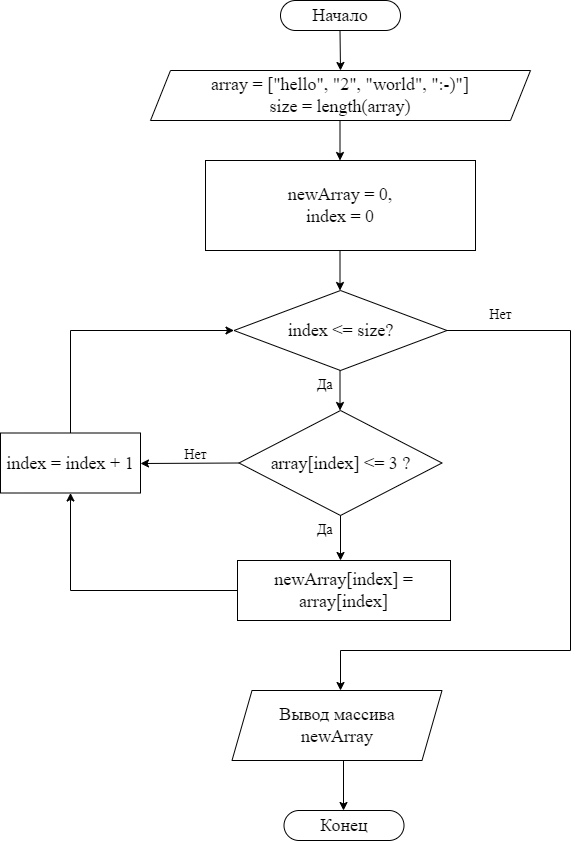
Before: Block-scheme.png, a diagram exported from draw.io (OlgaVZhukova/Control_test). Source tidied: cells renumbered, new cells last; positions are measured from the earlier drawing's top-left corner, leaving out a move shared by most shapes.
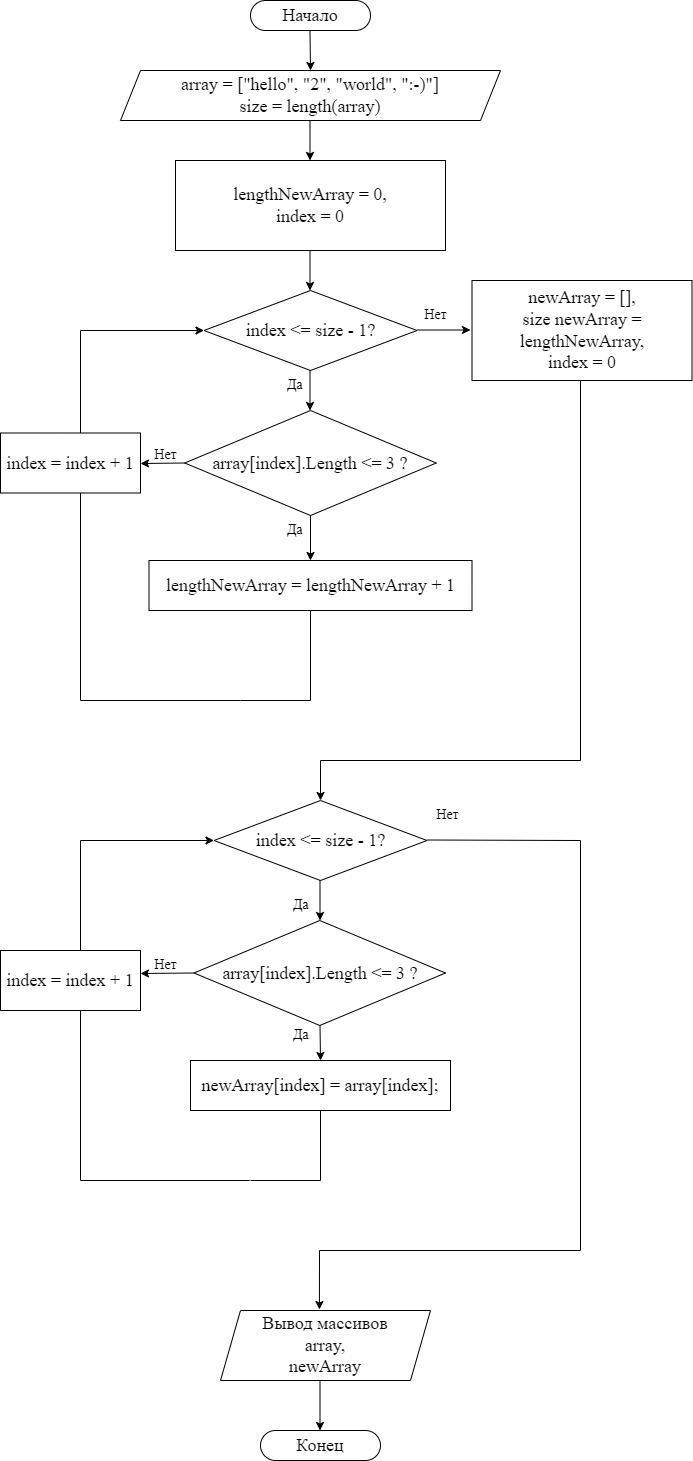
The same diagram one commit later.

Commit message:
Block-scheme updated

Change to the diagram source:
```diff
@@ -1,112 +1,192 @@
 <mxGraphModel>
   <root>
-    <mxCell id="0" />
-    <mxCell id="1" parent="0" />
+    <mxCell id="25" />
+    <mxCell id="26" parent="25" />
-    <mxCell id="2" value="&lt;font face=&quot;Times New Roman&quot; style=&quot;font-size: 18px;&quot;&gt;Начало&lt;/font&gt;" style="rounded=1;whiteSpace=wrap;html=1;arcSize=50;" parent="1" vertex="1">
+    <mxCell id="2" value="&lt;font face=&quot;Times New Roman&quot; style=&quot;font-size: 18px;&quot;&gt;Начало&lt;/font&gt;" style="rounded=1;whiteSpace=wrap;html=1;arcSize=50;" parent="26" vertex="1">
       <mxGeometry x="280" width="120" height="30" as="geometry" />
     </mxCell>
-    <mxCell id="3" value="&lt;font face=&quot;Times New Roman&quot;&gt;&lt;span style=&quot;font-size: 18px;&quot;&gt;Конец&lt;/span&gt;&lt;/font&gt;" style="rounded=1;whiteSpace=wrap;html=1;arcSize=50;fontSize=18;" parent="1" vertex="1">
-      <mxGeometry x="283.5" y="810" width="120" height="30" as="geometry" />
+    <mxCell id="3" value="&lt;font face=&quot;Times New Roman&quot;&gt;&lt;span style=&quot;font-size: 18px;&quot;&gt;Конец&lt;/span&gt;&lt;/font&gt;" style="rounded=1;whiteSpace=wrap;html=1;arcSize=50;fontSize=18;" parent="26" vertex="1">
+      <mxGeometry x="290" y="1430" width="120" height="30" as="geometry" />
     </mxCell>
-    <mxCell id="4" value="&lt;font style=&quot;font-size: 18px;&quot; face=&quot;Times New Roman&quot;&gt;array =&amp;nbsp;&lt;/font&gt;&lt;font face=&quot;Times New Roman&quot;&gt;&lt;span style=&quot;font-size: 18px;&quot;&gt;[&quot;hello&quot;, &quot;2&quot;, &quot;world&quot;, &quot;:-)&quot;]&lt;br&gt;&lt;/span&gt;&lt;/font&gt;&lt;span style=&quot;font-family: &amp;quot;Times New Roman&amp;quot;; font-size: 18px;&quot;&gt;size = length(array)&lt;/span&gt;" style="shape=parallelogram;perimeter=parallelogramPerimeter;whiteSpace=wrap;html=1;fixedSize=1;" parent="1" vertex="1">
+    <mxCell id="4" value="&lt;font style=&quot;font-size: 18px;&quot; face=&quot;Times New Roman&quot;&gt;array =&amp;nbsp;&lt;/font&gt;&lt;font face=&quot;Times New Roman&quot;&gt;&lt;span style=&quot;font-size: 18px;&quot;&gt;[&quot;hello&quot;, &quot;2&quot;, &quot;world&quot;, &quot;:-)&quot;]&lt;br&gt;&lt;/span&gt;&lt;/font&gt;&lt;span style=&quot;font-family: &amp;quot;Times New Roman&amp;quot;; font-size: 18px;&quot;&gt;size = length(array)&lt;/span&gt;" style="shape=parallelogram;perimeter=parallelogramPerimeter;whiteSpace=wrap;html=1;fixedSize=1;" parent="26" vertex="1">
       <mxGeometry x="150" y="70" width="380" height="50" as="geometry" />
     </mxCell>
-    <mxCell id="5" value="newArray = 0,&lt;br&gt;index = 0" style="rounded=0;whiteSpace=wrap;html=1;fontFamily=Times New Roman;fontSize=18;" parent="1" vertex="1">
-      <mxGeometry x="205" y="160" width="270" height="90" as="geometry" />
-    </mxCell>
-    <mxCell id="6" style="endArrow=classic;html=1;rounded=0;fontFamily=Times New Roman;fontSize=18;" parent="1" edge="1">
-      <mxGeometry relative="1" as="geometry">
-        <mxPoint x="339.5" y="120" as="sourcePoint" />
-        <mxPoint x="339.5" y="160" as="targetPoint" />
-      </mxGeometry>
-    </mxCell>
-    <mxCell id="7" style="endArrow=classic;html=1;rounded=0;fontFamily=Times New Roman;fontSize=18;" parent="1" edge="1">
-      <mxGeometry relative="1" as="geometry">
-        <mxPoint x="339.5" y="30" as="sourcePoint" />
-        <mxPoint x="340" y="70" as="targetPoint" />
-      </mxGeometry>
-    </mxCell>
-    <mxCell id="8" value="&lt;font style=&quot;font-size: 18px;&quot; face=&quot;Times New Roman&quot;&gt;index &amp;lt;= size?&lt;/font&gt;" style="rhombus;whiteSpace=wrap;html=1;" parent="1" vertex="1">
-      <mxGeometry x="233.5" y="290" width="213" height="80" as="geometry" />
-    </mxCell>
-    <mxCell id="9" style="endArrow=classic;html=1;rounded=0;fontFamily=Times New Roman;fontSize=18;" parent="1" edge="1">
-      <mxGeometry relative="1" as="geometry">
-        <mxPoint x="339.5" y="250" as="sourcePoint" />
-        <mxPoint x="339.5" y="290" as="targetPoint" />
-      </mxGeometry>
-    </mxCell>
-    <mxCell id="10" value="&lt;font style=&quot;font-size: 18px;&quot; face=&quot;Times New Roman&quot;&gt;array[index] &amp;lt;= 3 ?&lt;/font&gt;" style="rhombus;whiteSpace=wrap;html=1;" parent="1" vertex="1">
-      <mxGeometry x="238.5" y="410" width="203" height="105" as="geometry" />
-    </mxCell>
-    <mxCell id="11" value="&lt;span style=&quot;font-family: &amp;quot;Times New Roman&amp;quot;; font-size: 18px;&quot;&gt;newArray[index] = array[index]&lt;/span&gt;" style="rounded=0;whiteSpace=wrap;html=1;" parent="1" vertex="1">
-      <mxGeometry x="237" y="560" width="213" height="60" as="geometry" />
-    </mxCell>
+    <mxCell id="27" value="lengthNewArray = 0,&lt;br&gt;index = 0" style="rounded=0;whiteSpace=wrap;html=1;fontFamily=Times New Roman;fontSize=18;" parent="26" vertex="1">
+      <mxGeometry x="205" y="160" width="270" height="90" as="geometry" />
+    </mxCell>
+    <mxCell id="28" style="endArrow=classic;html=1;rounded=0;fontFamily=Times New Roman;fontSize=18;" parent="26" edge="1">
+      <mxGeometry relative="1" as="geometry">
+        <mxPoint x="339.5" y="120" as="sourcePoint" />
+        <mxPoint x="339.5" y="160" as="targetPoint" />
+      </mxGeometry>
+    </mxCell>
+    <mxCell id="29" style="endArrow=classic;html=1;rounded=0;fontFamily=Times New Roman;fontSize=18;" parent="26" edge="1">
+      <mxGeometry relative="1" as="geometry">
+        <mxPoint x="339.5" y="30" as="sourcePoint" />
+        <mxPoint x="340" y="70" as="targetPoint" />
+      </mxGeometry>
+    </mxCell>
+    <mxCell id="30" value="&lt;font style=&quot;font-size: 18px;&quot; face=&quot;Times New Roman&quot;&gt;index &amp;lt;= size - 1?&lt;/font&gt;" style="rhombus;whiteSpace=wrap;html=1;" parent="26" vertex="1">
+      <mxGeometry x="233.5" y="290" width="213" height="80" as="geometry" />
+    </mxCell>
+    <mxCell id="31" style="endArrow=classic;html=1;rounded=0;fontFamily=Times New Roman;fontSize=18;" parent="26" edge="1">
+      <mxGeometry relative="1" as="geometry">
+        <mxPoint x="339.5" y="250" as="sourcePoint" />
+        <mxPoint x="339.5" y="290" as="targetPoint" />
+      </mxGeometry>
+    </mxCell>
+    <mxCell id="32" value="&lt;font style=&quot;font-size: 18px;&quot; face=&quot;Times New Roman&quot;&gt;array[index].Length &amp;lt;= 3 ?&lt;/font&gt;" style="rhombus;whiteSpace=wrap;html=1;" parent="26" vertex="1">
+      <mxGeometry x="214.2" y="410" width="251.5" height="105" as="geometry" />
+    </mxCell>
+    <mxCell id="33" value="&lt;span style=&quot;font-family: &amp;quot;Times New Roman&amp;quot;; font-size: 18px;&quot;&gt;lengthNewArray =&amp;nbsp;&lt;/span&gt;&lt;span style=&quot;font-family: &amp;quot;Times New Roman&amp;quot;; font-size: 18px;&quot;&gt;lengthNewArray + 1&lt;/span&gt;" style="rounded=0;whiteSpace=wrap;html=1;" parent="26" vertex="1">
+      <mxGeometry x="178.5" y="560" width="323" height="50" as="geometry" />
+    </mxCell>
-    <mxCell id="12" value="&lt;font style=&quot;font-size: 14px;&quot; face=&quot;Times New Roman&quot;&gt;Да&lt;/font&gt;" style="text;html=1;align=center;verticalAlign=middle;strokeColor=none;fillColor=none;" parent="1" vertex="1">
+    <mxCell id="12" value="&lt;font style=&quot;font-size: 14px;&quot; face=&quot;Times New Roman&quot;&gt;Да&lt;/font&gt;" style="text;html=1;align=center;verticalAlign=middle;strokeColor=none;fillColor=none;" parent="26" vertex="1">
       <mxGeometry x="304" y="370" width="40" height="30" as="geometry" />
     </mxCell>
-    <mxCell id="13" style="endArrow=classic;html=1;rounded=0;fontFamily=Times New Roman;fontSize=18;" parent="1" edge="1">
-      <mxGeometry relative="1" as="geometry">
-        <mxPoint x="339.5" y="370" as="sourcePoint" />
-        <mxPoint x="339.5" y="410" as="targetPoint" />
-      </mxGeometry>
-    </mxCell>
-    <mxCell id="14" value="&lt;font style=&quot;font-size: 14px;&quot; face=&quot;Times New Roman&quot;&gt;Нет&lt;/font&gt;" style="text;html=1;align=center;verticalAlign=middle;strokeColor=none;fillColor=none;" parent="1" vertex="1">
-      <mxGeometry x="475" y="300" width="50" height="30" as="geometry" />
-    </mxCell>
-    <mxCell id="15" style="endArrow=classic;html=1;rounded=0;fontFamily=Times New Roman;fontSize=14;" parent="1" edge="1">
-      <mxGeometry relative="1" as="geometry">
-        <mxPoint x="446.5" y="330" as="sourcePoint" />
-        <mxPoint x="340" y="690" as="targetPoint" />
-        <Array as="points">
-          <mxPoint x="570" y="330" />
-          <mxPoint x="570" y="650" />
-          <mxPoint x="340" y="650" />
-        </Array>
-      </mxGeometry>
-    </mxCell>
+    <mxCell id="34" style="endArrow=classic;html=1;rounded=0;fontFamily=Times New Roman;fontSize=18;" parent="26" edge="1">
+      <mxGeometry relative="1" as="geometry">
+        <mxPoint x="339.5" y="370" as="sourcePoint" />
+        <mxPoint x="339.5" y="410" as="targetPoint" />
+      </mxGeometry>
+    </mxCell>
+    <mxCell id="35" value="&lt;font style=&quot;font-size: 14px;&quot; face=&quot;Times New Roman&quot;&gt;Нет&lt;/font&gt;" style="text;html=1;align=center;verticalAlign=middle;strokeColor=none;fillColor=none;" parent="26" vertex="1">
+      <mxGeometry x="440" y="300" width="50" height="30" as="geometry" />
+    </mxCell>
-    <mxCell id="16" value="&lt;font style=&quot;font-size: 14px;&quot; face=&quot;Times New Roman&quot;&gt;Да&lt;/font&gt;" style="text;html=1;align=center;verticalAlign=middle;strokeColor=none;fillColor=none;" parent="1" vertex="1">
+    <mxCell id="16" value="&lt;font style=&quot;font-size: 14px;&quot; face=&quot;Times New Roman&quot;&gt;Да&lt;/font&gt;" style="text;html=1;align=center;verticalAlign=middle;strokeColor=none;fillColor=none;" parent="26" vertex="1">
       <mxGeometry x="304" y="515" width="40" height="30" as="geometry" />
     </mxCell>
-    <mxCell id="17" value="&lt;font style=&quot;font-size: 14px;&quot; face=&quot;Times New Roman&quot;&gt;Нет&lt;/font&gt;" style="text;html=1;align=center;verticalAlign=middle;strokeColor=none;fillColor=none;" parent="1" vertex="1">
+    <mxCell id="17" value="&lt;font style=&quot;font-size: 14px;&quot; face=&quot;Times New Roman&quot;&gt;Нет&lt;/font&gt;" style="text;html=1;align=center;verticalAlign=middle;strokeColor=none;fillColor=none;" parent="26" vertex="1">
       <mxGeometry x="170" y="440" width="50" height="30" as="geometry" />
     </mxCell>
-    <mxCell id="18" style="endArrow=classic;html=1;rounded=0;fontFamily=Times New Roman;fontSize=14;exitX=0;exitY=0.5;exitDx=0;exitDy=0;" parent="1" edge="1" source="10">
-      <mxGeometry relative="1" as="geometry">
-        <mxPoint x="140" y="463" as="targetPoint" />
-      </mxGeometry>
-    </mxCell>
-    <mxCell id="19" style="endArrow=classic;html=1;rounded=0;fontFamily=Times New Roman;fontSize=14;" parent="1" edge="1">
-      <mxGeometry relative="1" as="geometry">
-        <mxPoint x="340" y="515" as="sourcePoint" />
-        <mxPoint x="340" y="560" as="targetPoint" />
-      </mxGeometry>
-    </mxCell>
-    <mxCell id="20" value="&lt;font style=&quot;font-size: 18px;&quot; face=&quot;Times New Roman&quot;&gt;index = index + 1&lt;/font&gt;" style="rounded=0;whiteSpace=wrap;html=1;" parent="1" vertex="1">
-      <mxGeometry y="432.5" width="140" height="60" as="geometry" />
-    </mxCell>
-    <mxCell id="21" style="endArrow=classic;html=1;rounded=0;fontFamily=Times New Roman;fontSize=18;entryX=0.5;entryY=1;entryDx=0;entryDy=0;exitX=0;exitY=0.5;exitDx=0;exitDy=0;" parent="1" edge="1" source="11" target="20">
-      <mxGeometry relative="1" as="geometry">
-        <Array as="points">
-          <mxPoint x="70" y="590" />
-        </Array>
-      </mxGeometry>
-    </mxCell>
-    <mxCell id="22" style="endArrow=classic;html=1;rounded=0;fontFamily=Times New Roman;fontSize=18;entryX=0;entryY=0.5;entryDx=0;entryDy=0;" parent="1" edge="1" target="8">
-      <mxGeometry relative="1" as="geometry">
-        <mxPoint x="70" y="432.5" as="sourcePoint" />
-        <Array as="points">
-          <mxPoint x="70" y="330" />
-        </Array>
-      </mxGeometry>
-    </mxCell>
-    <mxCell id="23" value="Вывод массива&lt;br&gt;newArray" style="shape=parallelogram;perimeter=parallelogramPerimeter;whiteSpace=wrap;html=1;fixedSize=1;fontFamily=Times New Roman;fontSize=18;" parent="1" vertex="1">
-      <mxGeometry x="231.5" y="690" width="210" height="70" as="geometry" />
-    </mxCell>
-    <mxCell id="24" style="endArrow=classic;html=1;rounded=0;fontFamily=Times New Roman;fontSize=18;" parent="1" edge="1">
-      <mxGeometry relative="1" as="geometry">
-        <mxPoint x="343" y="760" as="sourcePoint" />
-        <mxPoint x="343" y="810" as="targetPoint" />
-      </mxGeometry>
-    </mxCell>
+    <mxCell id="36" style="endArrow=classic;html=1;rounded=0;fontFamily=Times New Roman;fontSize=14;exitX=0;exitY=0.5;exitDx=0;exitDy=0;" parent="26" edge="1" source="32">
+      <mxGeometry relative="1" as="geometry">
+        <mxPoint x="170" y="463" as="targetPoint" />
+      </mxGeometry>
+    </mxCell>
+    <mxCell id="37" style="endArrow=classic;html=1;rounded=0;fontFamily=Times New Roman;fontSize=14;" parent="26" edge="1">
+      <mxGeometry relative="1" as="geometry">
+        <mxPoint x="340" y="515" as="sourcePoint" />
+        <mxPoint x="340" y="560" as="targetPoint" />
+      </mxGeometry>
+    </mxCell>
+    <mxCell id="38" style="endArrow=classic;html=1;rounded=0;fontFamily=Times New Roman;fontSize=18;exitX=0;exitY=0.5;exitDx=0;exitDy=0;entryX=0;entryY=0.5;entryDx=0;entryDy=0;" parent="26" edge="1" target="30">
+      <mxGeometry relative="1" as="geometry">
+        <mxPoint x="270" y="700" as="sourcePoint" />
+        <Array as="points">
+          <mxPoint x="110" y="700" />
+          <mxPoint x="110" y="330" />
+        </Array>
+      </mxGeometry>
+    </mxCell>
+    <mxCell id="39" value="Вывод массивов&lt;br&gt;array,&lt;br&gt;newArray" style="shape=parallelogram;perimeter=parallelogramPerimeter;whiteSpace=wrap;html=1;fixedSize=1;fontFamily=Times New Roman;fontSize=18;" parent="26" vertex="1">
+      <mxGeometry x="250" y="1310" width="210" height="70" as="geometry" />
+    </mxCell>
+    <mxCell id="40" style="endArrow=classic;html=1;rounded=0;fontFamily=Times New Roman;fontSize=18;" parent="26" edge="1">
+      <mxGeometry relative="1" as="geometry">
+        <mxPoint x="349.5" y="1380" as="sourcePoint" />
+        <mxPoint x="349.5" y="1430" as="targetPoint" />
+      </mxGeometry>
+    </mxCell>
+    <mxCell id="41" style="endArrow=classic;html=1;rounded=0;fontFamily=Times New Roman;fontSize=18;" parent="26" edge="1">
+      <mxGeometry relative="1" as="geometry">
+        <mxPoint x="446.5" y="329.5" as="sourcePoint" />
+        <mxPoint x="500" y="329.5" as="targetPoint" />
+      </mxGeometry>
+    </mxCell>
+    <mxCell id="42" value="newArray = [],&lt;br&gt;size newArray = lengthNewArray,&lt;br&gt;index = 0" style="rounded=0;whiteSpace=wrap;html=1;fontFamily=Times New Roman;fontSize=18;" parent="26" vertex="1">
+      <mxGeometry x="501.5" y="280" width="220" height="100" as="geometry" />
+    </mxCell>
+    <mxCell id="43" style="endArrow=classic;html=1;rounded=0;fontFamily=Times New Roman;fontSize=18;" parent="26" edge="1">
+      <mxGeometry relative="1" as="geometry">
+        <mxPoint x="610" y="380" as="sourcePoint" />
+        <mxPoint x="350" y="800" as="targetPoint" />
+        <Array as="points">
+          <mxPoint x="610" y="760" />
+          <mxPoint x="350" y="760" />
+        </Array>
+      </mxGeometry>
+    </mxCell>
+    <mxCell id="44" value="&lt;font style=&quot;font-size: 18px;&quot; face=&quot;Times New Roman&quot;&gt;index &amp;lt;= size - 1?&lt;/font&gt;" style="rhombus;whiteSpace=wrap;html=1;" parent="26" vertex="1">
+      <mxGeometry x="243.5" y="800" width="213" height="80" as="geometry" />
+    </mxCell>
+    <mxCell id="45" style="endArrow=classic;html=1;rounded=0;fontFamily=Times New Roman;fontSize=18;entryX=0.471;entryY=-0.014;entryDx=0;entryDy=0;entryPerimeter=0;" parent="26" edge="1" target="39">
+      <mxGeometry relative="1" as="geometry">
+        <mxPoint x="456.5" y="839.5" as="sourcePoint" />
+        <Array as="points">
+          <mxPoint x="610" y="840" />
+          <mxPoint x="610" y="1250" />
+          <mxPoint x="349" y="1250" />
+        </Array>
+      </mxGeometry>
+    </mxCell>
+    <mxCell id="46" value="&lt;font style=&quot;font-size: 14px;&quot; face=&quot;Times New Roman&quot;&gt;Нет&lt;/font&gt;" style="text;html=1;align=center;verticalAlign=middle;strokeColor=none;fillColor=none;" parent="26" vertex="1">
+      <mxGeometry x="451.5" y="800" width="50" height="30" as="geometry" />
+    </mxCell>
+    <mxCell id="47" style="endArrow=classic;html=1;rounded=0;fontFamily=Times New Roman;fontSize=18;" parent="26" edge="1">
+      <mxGeometry relative="1" as="geometry">
+        <mxPoint x="349.5" y="880" as="sourcePoint" />
+        <mxPoint x="349.5" y="920" as="targetPoint" />
+      </mxGeometry>
+    </mxCell>
+    <mxCell id="48" value="&lt;font style=&quot;font-size: 18px;&quot; face=&quot;Times New Roman&quot;&gt;array[index].Length &amp;lt;= 3 ?&lt;/font&gt;" style="rhombus;whiteSpace=wrap;html=1;" parent="26" vertex="1">
+      <mxGeometry x="223.5" y="920" width="251.5" height="105" as="geometry" />
+    </mxCell>
+    <mxCell id="49" value="newArray[index] = array[index];" style="rounded=0;whiteSpace=wrap;html=1;fontFamily=Times New Roman;fontSize=18;" parent="26" vertex="1">
+      <mxGeometry x="220" y="1060" width="260" height="50" as="geometry" />
+    </mxCell>
+    <mxCell id="50" style="endArrow=classic;html=1;rounded=0;fontFamily=Times New Roman;fontSize=18;" parent="26" edge="1">
+      <mxGeometry relative="1" as="geometry">
+        <mxPoint x="349.5" y="1025" as="sourcePoint" />
+        <mxPoint x="350" y="1060" as="targetPoint" />
+      </mxGeometry>
+    </mxCell>
+    <mxCell id="51" style="endArrow=classic;html=1;rounded=0;fontFamily=Times New Roman;fontSize=18;exitX=0;exitY=0.5;exitDx=0;exitDy=0;entryX=0;entryY=0.5;entryDx=0;entryDy=0;" parent="26" edge="1" target="44">
+      <mxGeometry relative="1" as="geometry">
+        <mxPoint x="279.2" y="1180" as="sourcePoint" />
+        <Array as="points">
+          <mxPoint x="110" y="1180" />
+          <mxPoint x="110" y="840" />
+        </Array>
+      </mxGeometry>
+    </mxCell>
+    <mxCell id="52" style="endArrow=classic;html=1;rounded=0;fontFamily=Times New Roman;fontSize=14;exitX=0;exitY=0.5;exitDx=0;exitDy=0;" parent="26" edge="1" source="48">
+      <mxGeometry relative="1" as="geometry">
+        <mxPoint x="170" y="973" as="targetPoint" />
+      </mxGeometry>
+    </mxCell>
+    <mxCell id="53" value="&lt;font style=&quot;font-size: 14px;&quot; face=&quot;Times New Roman&quot;&gt;Нет&lt;/font&gt;" style="text;html=1;align=center;verticalAlign=middle;strokeColor=none;fillColor=none;" parent="26" vertex="1">
+      <mxGeometry x="170" y="950" width="50" height="30" as="geometry" />
+    </mxCell>
+    <mxCell id="54" value="&lt;font style=&quot;font-size: 14px;&quot; face=&quot;Times New Roman&quot;&gt;Да&lt;/font&gt;" style="text;html=1;align=center;verticalAlign=middle;strokeColor=none;fillColor=none;" parent="26" vertex="1">
+      <mxGeometry x="310" y="1020" width="40" height="30" as="geometry" />
+    </mxCell>
+    <mxCell id="55" value="&lt;font style=&quot;font-size: 14px;&quot; face=&quot;Times New Roman&quot;&gt;Да&lt;/font&gt;" style="text;html=1;align=center;verticalAlign=middle;strokeColor=none;fillColor=none;" parent="26" vertex="1">
+      <mxGeometry x="310" y="890" width="40" height="30" as="geometry" />
+    </mxCell>
+    <mxCell id="56" value="&lt;font style=&quot;font-size: 18px;&quot; face=&quot;Times New Roman&quot;&gt;index = index + 1&lt;/font&gt;" style="rounded=0;whiteSpace=wrap;html=1;" parent="26" vertex="1">
+      <mxGeometry x="30" y="432.5" width="140" height="60" as="geometry" />
+    </mxCell>
+    <mxCell id="57" style="endArrow=none;html=1;rounded=0;fontFamily=Times New Roman;fontSize=18;" parent="26" edge="1">
+      <mxGeometry relative="1" as="geometry">
+        <mxPoint x="340" y="610" as="sourcePoint" />
+        <mxPoint x="270" y="700" as="targetPoint" />
+        <Array as="points">
+          <mxPoint x="340" y="700" />
+        </Array>
+      </mxGeometry>
+    </mxCell>
+    <mxCell id="58" value="&lt;font style=&quot;font-size: 18px;&quot; face=&quot;Times New Roman&quot;&gt;index = index + 1&lt;/font&gt;" style="rounded=0;whiteSpace=wrap;html=1;" parent="26" vertex="1">
+      <mxGeometry x="30" y="950" width="140" height="60" as="geometry" />
+    </mxCell>
+    <mxCell id="59" style="endArrow=none;html=1;rounded=0;fontFamily=Times New Roman;fontSize=18;" parent="26" edge="1">
+      <mxGeometry relative="1" as="geometry">
+        <mxPoint x="280" y="1180" as="sourcePoint" />
+        <mxPoint x="350" y="1110" as="targetPoint" />
+        <Array as="points">
+          <mxPoint x="350" y="1180" />
+        </Array>
+      </mxGeometry>
+    </mxCell>
   </root>
 </mxGraphModel>
```
